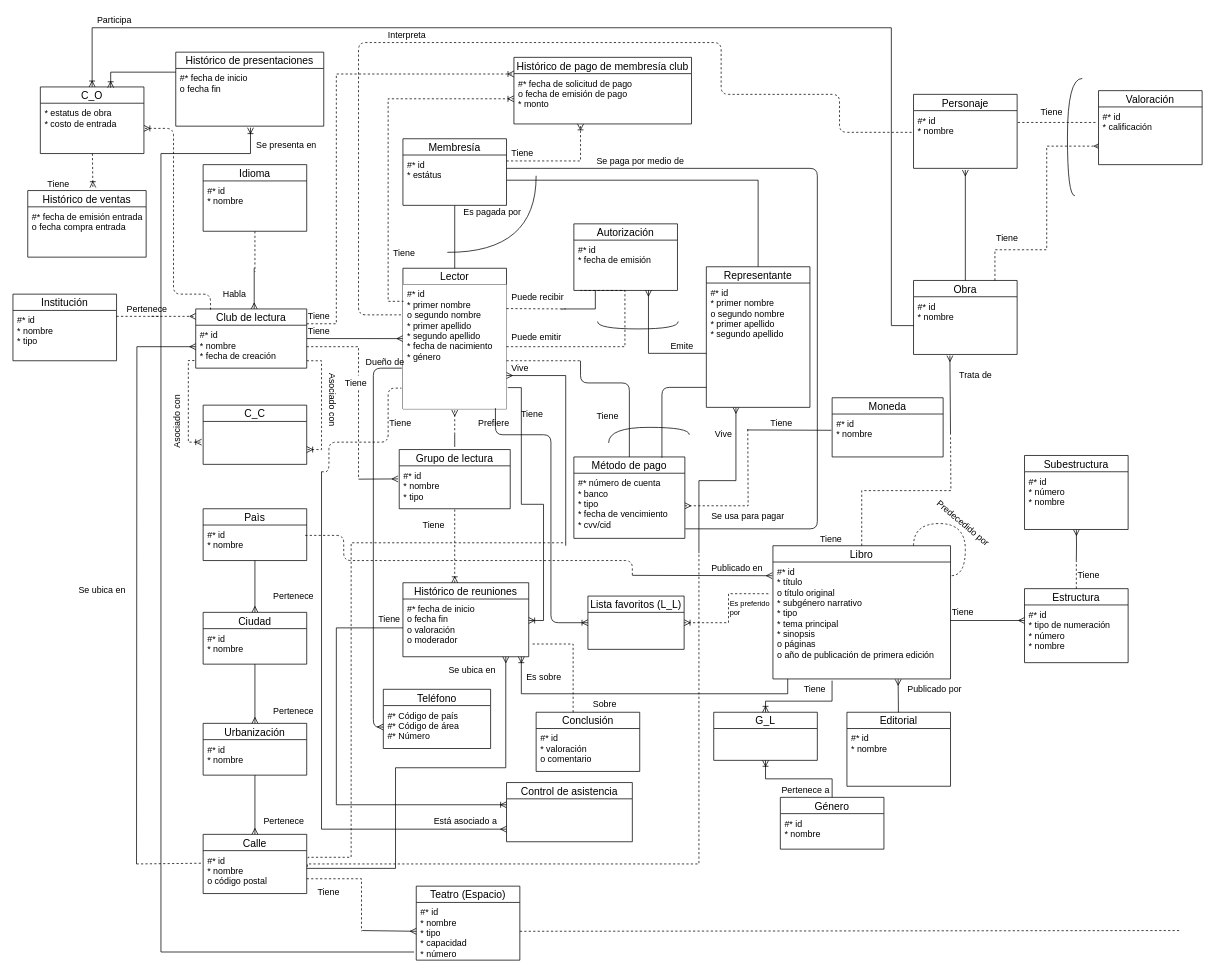
Earlier version of the draw.io diagram DB I/Hopefully this will be the last ER.drawio (NeutronBlast/IS-Ex). Source tidied: cells renumbered, new cells numbered last; positions are measured from the earlier drawing's top-left corner, leaving out a move shared by most shapes. Both pictures are drawn from the tidied source at 74%, with x=0, y=0 at pixel (13, 13).
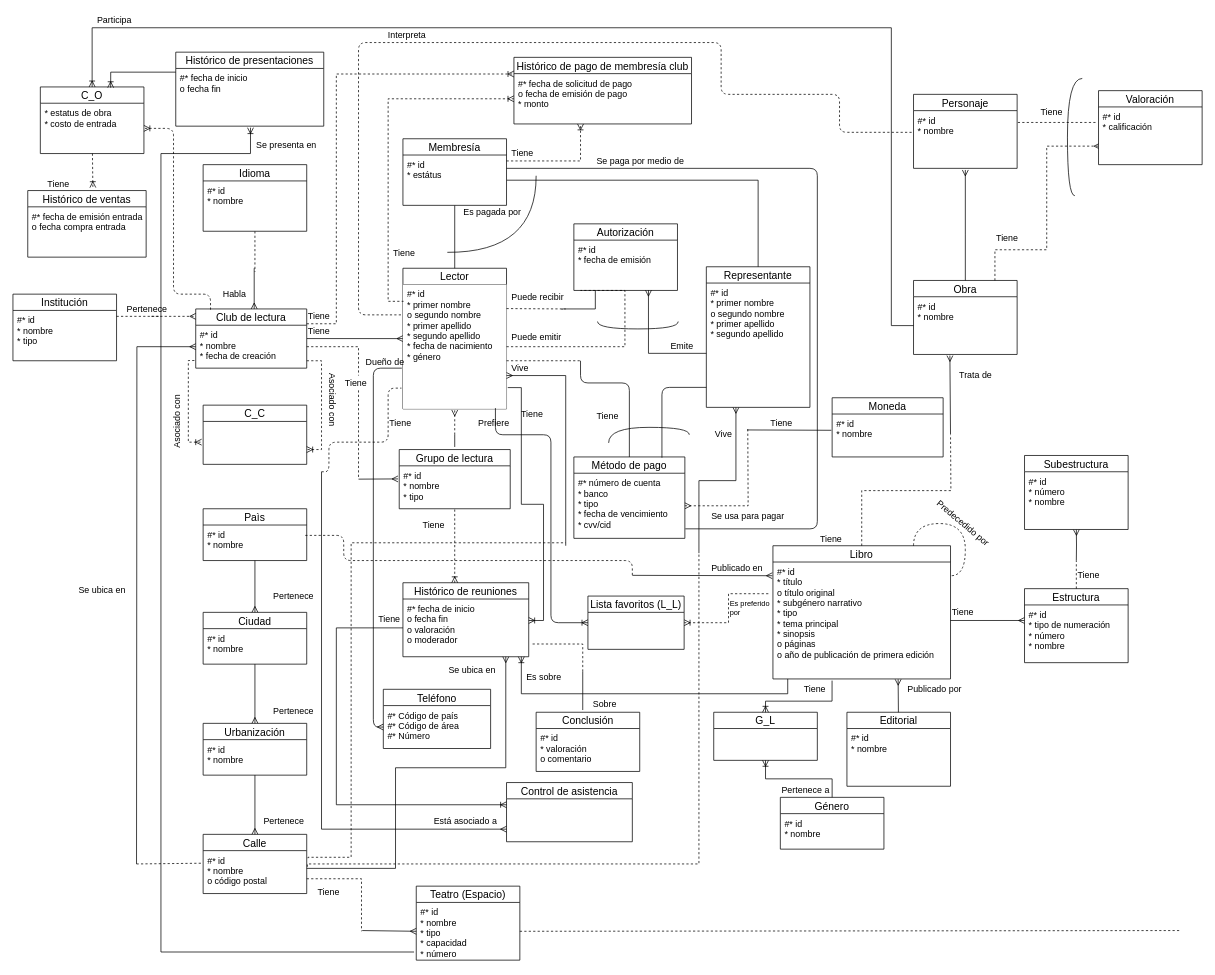
The same page after the edit.

The change refers to these unchanged cells:
```xml
<mxCell id="87" value="#* fecha de inicio&#10;o fecha fin&#10;o valoración&#10;o moderador&#10;" style="text;strokeColor=none;fillColor=none;spacingLeft=4;spacingRight=4;overflow=hidden;points=[[0,0.5],[1,0.5]];portConstraint=eastwest;fontSize=12;" parent="86" vertex="1">
  <mxGeometry y="22" width="170" height="78" as="geometry" />
</mxCell>
<mxCell id="104" value="Conclusión" style="swimlane;fontStyle=0;horizontal=1;startSize=22;fillColor=none;swimlaneFillColor=#ffffff;align=center;fontSize=14;" parent="1" vertex="1">
  <mxGeometry x="707" y="945" width="140" height="80" as="geometry" />
</mxCell>
```

What changed in the source:
```diff
@@
-    <mxCell id="103" style="edgeStyle=orthogonalEdgeStyle;rounded=0;jettySize=auto;html=1;entryX=1.015;entryY=0.779;entryDx=0;entryDy=0;entryPerimeter=0;startArrow=none;startFill=0;endArrow=none;endFill=0;strokeColor=#000000;dashed=1;" parent="1" edge="1" source="104" target="87">
+    <mxCell id="103" style="edgeStyle=orthogonalEdgeStyle;rounded=0;jettySize=auto;html=1;entryX=1.015;entryY=0.779;entryDx=0;entryDy=0;entryPerimeter=0;startArrow=none;startFill=0;endArrow=none;endFill=0;strokeColor=#000000;dashed=1;" parent="1" edge="1" target="87">
       <mxGeometry relative="1" as="geometry">
+        <mxPoint x="770" y="890" as="sourcePoint" />
         <Array as="points">
-          <mxPoint x="757" y="853" />
+          <mxPoint x="770" y="890" />
+          <mxPoint x="770" y="853" />
         </Array>
       </mxGeometry>
     </mxCell>
@@
+    <mxCell id="191" style="endArrow=none;html=1;" parent="1" edge="1">
+      <mxGeometry relative="1" as="geometry">
+        <mxPoint x="770" y="942" as="sourcePoint" />
+        <mxPoint x="770" y="890" as="targetPoint" />
+      </mxGeometry>
+    </mxCell>
```
